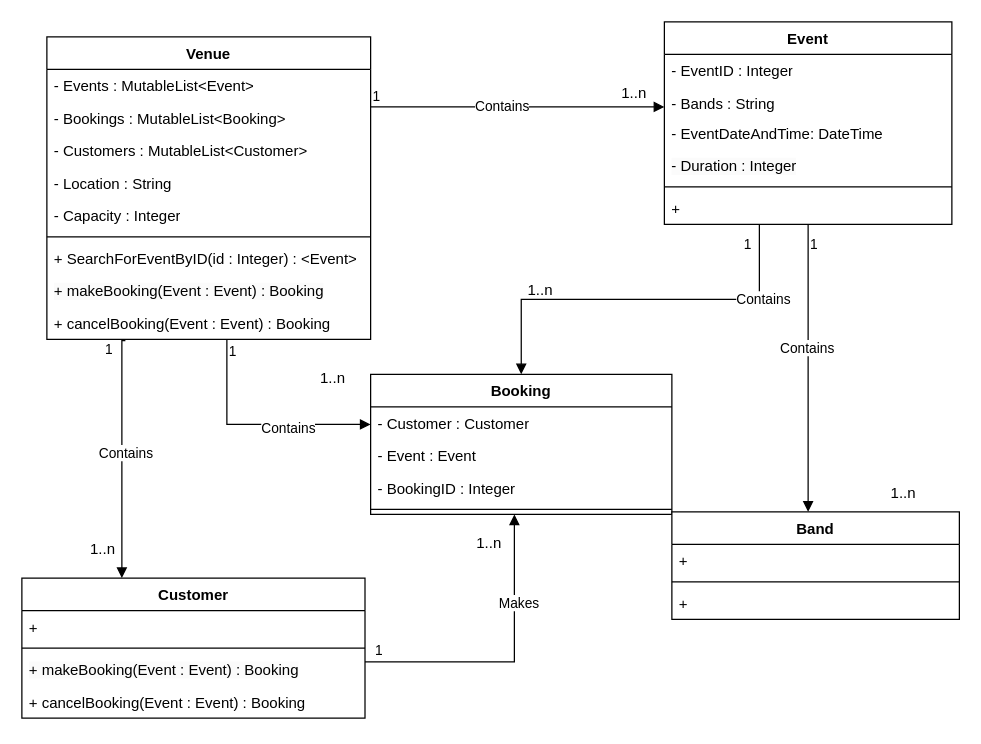
Above: MusicVenueClassDiagram.drawio in olliegroth/Object-Oriented-Design-And-Development (draw.io), before the change. Source tidied: cells renumbered, new cells numbered last; positions are measured from the earlier drawing's top-left corner, leaving out a move shared by most shapes. Both pictures are drawn from the tidied source at 125%, with x=0, y=0 at pixel (21, 21).
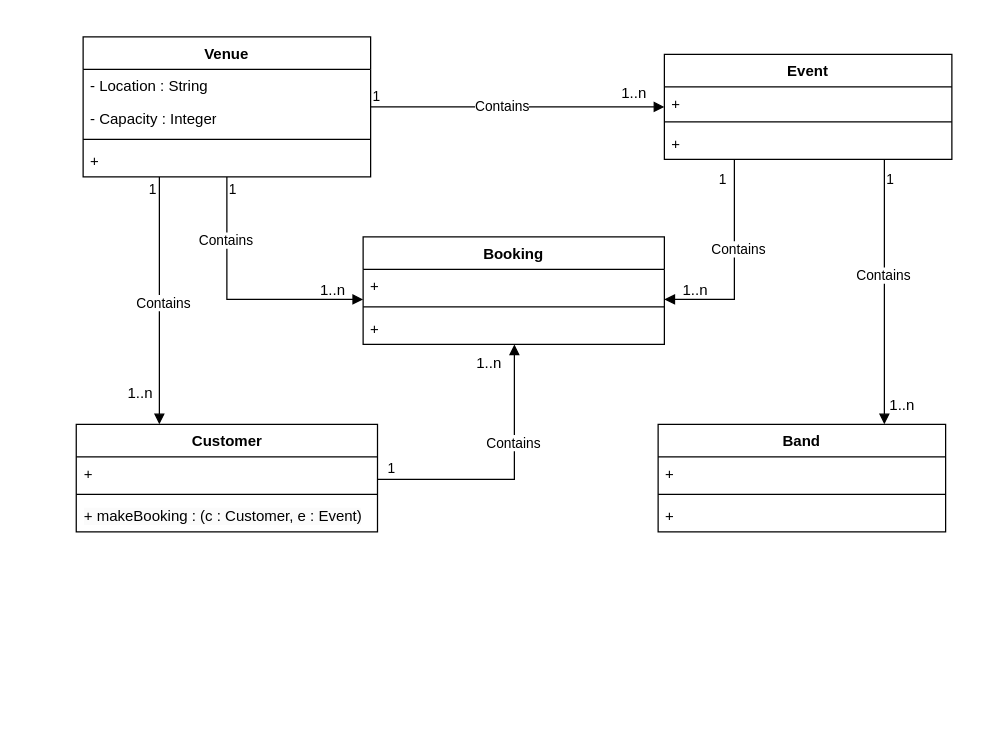
After the change.

Diff of the diagram source:
```diff
@@
     <mxCell id="2" value="Venue" style="swimlane;fontStyle=1;align=center;verticalAlign=top;horizontal=1;startSize=26;whiteSpace=wrap;html=1;" parent="1" vertex="1">
-      <mxGeometry x="20" y="12" width="259" height="242" as="geometry" />
+      <mxGeometry x="49" y="12" width="230" height="112" as="geometry" />
     </mxCell>
-    <mxCell id="3" value="- Events : MutableList&amp;lt;Event&amp;gt;" style="text;strokeColor=none;fillColor=none;align=left;verticalAlign=top;spacingLeft=4;spacingRight=4;overflow=hidden;whiteSpace=wrap;html=1;" parent="2" vertex="1">
-      <mxGeometry y="26" width="259" height="26" as="geometry" />
-    </mxCell>
-    <mxCell id="4" value="- Bookings : MutableList&amp;lt;Booking&amp;gt;" style="text;strokeColor=none;fillColor=none;align=left;verticalAlign=top;spacingLeft=4;spacingRight=4;overflow=hidden;whiteSpace=wrap;html=1;" parent="2" vertex="1">
-      <mxGeometry y="52" width="259" height="26" as="geometry" />
-    </mxCell>
-    <mxCell id="5" value="- Customers : MutableList&amp;lt;Customer&amp;gt;" style="text;strokeColor=none;fillColor=none;align=left;verticalAlign=top;spacingLeft=4;spacingRight=4;overflow=hidden;whiteSpace=wrap;html=1;" parent="2" vertex="1">
-      <mxGeometry y="78" width="259" height="26" as="geometry" />
-    </mxCell>
     <mxCell id="6" value="- Location : String" style="text;strokeColor=none;fillColor=none;align=left;verticalAlign=top;spacingLeft=4;spacingRight=4;overflow=hidden;whiteSpace=wrap;html=1;" parent="2" vertex="1">
-      <mxGeometry y="104" width="259" height="26" as="geometry" />
+      <mxGeometry y="26" width="230" height="26" as="geometry" />
     </mxCell>
     <mxCell id="7" value="- Capacity : Integer" style="text;strokeColor=none;fillColor=none;align=left;verticalAlign=top;spacingLeft=4;spacingRight=4;overflow=hidden;whiteSpace=wrap;html=1;" parent="2" vertex="1">
-      <mxGeometry y="130" width="259" height="26" as="geometry" />
+      <mxGeometry y="52" width="230" height="26" as="geometry" />
     </mxCell>
     <mxCell id="8" style="line;strokeWidth=1;fillColor=none;align=left;verticalAlign=middle;spacingTop=-1;spacingLeft=3;spacingRight=3;labelPosition=right;strokeColor=inherit;" parent="2" vertex="1">
-      <mxGeometry y="156" width="259" height="8" as="geometry" />
+      <mxGeometry y="78" width="230" height="8" as="geometry" />
     </mxCell>
-    <mxCell id="9" value="+ SearchForEventByID(id : Integer) : &amp;lt;Event&amp;gt;" style="text;strokeColor=none;fillColor=none;align=left;verticalAlign=top;spacingLeft=4;spacingRight=4;overflow=hidden;whiteSpace=wrap;html=1;" parent="2" vertex="1">
-      <mxGeometry y="164" width="259" height="26" as="geometry" />
+    <mxCell id="9" value="+" style="text;strokeColor=none;fillColor=none;align=left;verticalAlign=top;spacingLeft=4;spacingRight=4;overflow=hidden;whiteSpace=wrap;html=1;" parent="2" vertex="1">
+      <mxGeometry y="86" width="230" height="26" as="geometry" />
     </mxCell>
-    <mxCell id="10" value="&lt;span style=&quot;color: rgb(0, 0, 0); font-family: Helvetica; font-size: 12px; font-style: normal; font-variant-ligatures: normal; font-variant-caps: normal; font-weight: 400; letter-spacing: normal; orphans: 2; text-align: left; text-indent: 0px; text-transform: none; widows: 2; word-spacing: 0px; -webkit-text-stroke-width: 0px; white-space: normal; background-color: rgb(251, 251, 251); text-decoration-thickness: initial; text-decoration-style: initial; text-decoration-color: initial; display: inline !important; float: none;&quot;&gt;+ makeBooking(Event : Event) : Booking&lt;/span&gt;" style="text;strokeColor=none;fillColor=none;align=left;verticalAlign=top;spacingLeft=4;spacingRight=4;overflow=hidden;whiteSpace=wrap;html=1;" parent="2" vertex="1">
-      <mxGeometry y="190" width="259" height="26" as="geometry" />
-    </mxCell>
-    <mxCell id="11" value="+ cancelBooking(Event : Event) : Booking" style="text;strokeColor=none;fillColor=none;align=left;verticalAlign=top;spacingLeft=4;spacingRight=4;overflow=hidden;whiteSpace=wrap;html=1;" parent="2" vertex="1">
-      <mxGeometry y="216" width="259" height="26" as="geometry" />
-    </mxCell>
     <mxCell id="12" value="Event" style="swimlane;fontStyle=1;align=center;verticalAlign=top;horizontal=1;startSize=26;whiteSpace=wrap;html=1;" parent="1" vertex="1">
-      <mxGeometry x="514" width="230" height="162" as="geometry" />
+      <mxGeometry x="514" y="26" width="230" height="84" as="geometry" />
     </mxCell>
-    <mxCell id="13" value="- EventID : Integer" style="text;strokeColor=none;fillColor=none;align=left;verticalAlign=top;spacingLeft=4;spacingRight=4;overflow=hidden;whiteSpace=wrap;html=1;" parent="12" vertex="1">
-      <mxGeometry y="26" width="230" height="26" as="geometry" />
-    </mxCell>
-    <mxCell id="14" value="- Bands : String" style="text;strokeColor=none;fillColor=none;align=left;verticalAlign=top;spacingLeft=4;spacingRight=4;overflow=hidden;whiteSpace=wrap;html=1;" parent="12" vertex="1">
-      <mxGeometry y="52" width="230" height="24" as="geometry" />
+    <mxCell id="14" value="+" style="text;strokeColor=none;fillColor=none;align=left;verticalAlign=top;spacingLeft=4;spacingRight=4;overflow=hidden;whiteSpace=wrap;html=1;" parent="12" vertex="1">
+      <mxGeometry y="26" width="230" height="24" as="geometry" />
     </mxCell>
-    <mxCell id="15" value="- EventDateAndTime: DateTime" style="text;strokeColor=none;fillColor=none;align=left;verticalAlign=top;spacingLeft=4;spacingRight=4;overflow=hidden;whiteSpace=wrap;html=1;" parent="12" vertex="1">
-      <mxGeometry y="76" width="230" height="26" as="geometry" />
-    </mxCell>
-    <mxCell id="16" value="&lt;span style=&quot;color: rgb(0, 0, 0); font-family: Helvetica; font-size: 12px; font-style: normal; font-variant-ligatures: normal; font-variant-caps: normal; font-weight: 400; letter-spacing: normal; orphans: 2; text-align: left; text-indent: 0px; text-transform: none; widows: 2; word-spacing: 0px; -webkit-text-stroke-width: 0px; white-space: normal; background-color: rgb(251, 251, 251); text-decoration-thickness: initial; text-decoration-style: initial; text-decoration-color: initial; display: inline !important; float: none;&quot;&gt;- Duration : Integer&lt;/span&gt;" style="text;strokeColor=none;fillColor=none;align=left;verticalAlign=top;spacingLeft=4;spacingRight=4;overflow=hidden;whiteSpace=wrap;html=1;" parent="12" vertex="1">
-      <mxGeometry y="102" width="230" height="26" as="geometry" />
-    </mxCell>
     <mxCell id="17" style="line;strokeWidth=1;fillColor=none;align=left;verticalAlign=middle;spacingTop=-1;spacingLeft=3;spacingRight=3;labelPosition=right;strokeColor=inherit;" parent="12" vertex="1">
-      <mxGeometry y="128" width="230" height="8" as="geometry" />
+      <mxGeometry y="50" width="230" height="8" as="geometry" />
     </mxCell>
     <mxCell id="18" value="+" style="text;strokeColor=none;fillColor=none;align=left;verticalAlign=top;spacingLeft=4;spacingRight=4;overflow=hidden;whiteSpace=wrap;html=1;" parent="12" vertex="1">
-      <mxGeometry y="136" width="230" height="26" as="geometry" />
+      <mxGeometry y="58" width="230" height="26" as="geometry" />
     </mxCell>
     <mxCell id="19" value="Customer" style="swimlane;fontStyle=1;align=center;verticalAlign=top;horizontal=1;startSize=26;whiteSpace=wrap;html=1;" parent="1" vertex="1">
-      <mxGeometry y="445" width="274.5" height="112" as="geometry" />
+      <mxGeometry x="43.5" y="322" width="241" height="86" as="geometry" />
     </mxCell>
     <mxCell id="20" value="+" style="text;strokeColor=none;fillColor=none;align=left;verticalAlign=top;spacingLeft=4;spacingRight=4;overflow=hidden;whiteSpace=wrap;html=1;" parent="19" vertex="1">
-      <mxGeometry y="26" width="274.5" height="26" as="geometry" />
+      <mxGeometry y="26" width="241" height="26" as="geometry" />
     </mxCell>
     <mxCell id="21" style="line;strokeWidth=1;fillColor=none;align=left;verticalAlign=middle;spacingTop=-1;spacingLeft=3;spacingRight=3;labelPosition=right;strokeColor=inherit;" parent="19" vertex="1">
-      <mxGeometry y="52" width="274.5" height="8" as="geometry" />
+      <mxGeometry y="52" width="241" height="8" as="geometry" />
     </mxCell>
-    <mxCell id="22" value="&lt;span style=&quot;color: rgb(0, 0, 0); font-family: Helvetica; font-size: 12px; font-style: normal; font-variant-ligatures: normal; font-variant-caps: normal; font-weight: 400; letter-spacing: normal; orphans: 2; text-align: left; text-indent: 0px; text-transform: none; widows: 2; word-spacing: 0px; -webkit-text-stroke-width: 0px; white-space: normal; background-color: rgb(251, 251, 251); text-decoration-thickness: initial; text-decoration-style: initial; text-decoration-color: initial; display: inline !important; float: none;&quot;&gt;+ makeBooking(Event : Event) : Booking&lt;/span&gt;" style="text;strokeColor=none;fillColor=none;align=left;verticalAlign=top;spacingLeft=4;spacingRight=4;overflow=hidden;whiteSpace=wrap;html=1;" parent="19" vertex="1">
-      <mxGeometry y="60" width="274.5" height="26" as="geometry" />
+    <mxCell id="22" value="&lt;span style=&quot;color: rgb(0, 0, 0); font-family: Helvetica; font-size: 12px; font-style: normal; font-variant-ligatures: normal; font-variant-caps: normal; font-weight: 400; letter-spacing: normal; orphans: 2; text-align: left; text-indent: 0px; text-transform: none; widows: 2; word-spacing: 0px; -webkit-text-stroke-width: 0px; white-space: normal; background-color: rgb(251, 251, 251); text-decoration-thickness: initial; text-decoration-style: initial; text-decoration-color: initial; display: inline !important; float: none;&quot;&gt;+ makeBooking : (c : Customer, e : Event)&lt;/span&gt;" style="text;strokeColor=none;fillColor=none;align=left;verticalAlign=top;spacingLeft=4;spacingRight=4;overflow=hidden;whiteSpace=wrap;html=1;" parent="19" vertex="1">
+      <mxGeometry y="60" width="241" height="26" as="geometry" />
     </mxCell>
-    <mxCell id="23" value="+ cancelBooking(Event : Event) : Booking" style="text;strokeColor=none;fillColor=none;align=left;verticalAlign=top;spacingLeft=4;spacingRight=4;overflow=hidden;whiteSpace=wrap;html=1;" parent="19" vertex="1">
-      <mxGeometry y="86" width="274.5" height="26" as="geometry" />
-    </mxCell>
     <mxCell id="24" value="Booking" style="swimlane;fontStyle=1;align=center;verticalAlign=top;horizontal=1;startSize=26;whiteSpace=wrap;html=1;" parent="1" vertex="1">
-      <mxGeometry x="279" y="282" width="241" height="112" as="geometry" />
+      <mxGeometry x="273" y="172" width="241" height="86" as="geometry" />
     </mxCell>
-    <mxCell id="25" value="- Customer : Customer" style="text;strokeColor=none;fillColor=none;align=left;verticalAlign=top;spacingLeft=4;spacingRight=4;overflow=hidden;whiteSpace=wrap;html=1;" parent="24" vertex="1">
-      <mxGeometry y="26" width="241" height="26" as="geometry" />
-    </mxCell>
-    <mxCell id="26" value="- Event : Event" style="text;strokeColor=none;fillColor=none;align=left;verticalAlign=top;spacingLeft=4;spacingRight=4;overflow=hidden;whiteSpace=wrap;html=1;" parent="24" vertex="1">
-      <mxGeometry y="52" width="241" height="26" as="geometry" />
-    </mxCell>
-    <mxCell id="27" value="- BookingID : Integer" style="text;strokeColor=none;fillColor=none;align=left;verticalAlign=top;spacingLeft=4;spacingRight=4;overflow=hidden;whiteSpace=wrap;html=1;" parent="24" vertex="1">
-      <mxGeometry y="78" width="241" height="26" as="geometry" />
+    <mxCell id="27" value="+" style="text;strokeColor=none;fillColor=none;align=left;verticalAlign=top;spacingLeft=4;spacingRight=4;overflow=hidden;whiteSpace=wrap;html=1;" parent="24" vertex="1">
+      <mxGeometry y="26" width="241" height="26" as="geometry" />
     </mxCell>
     <mxCell id="28" style="line;strokeWidth=1;fillColor=none;align=left;verticalAlign=middle;spacingTop=-1;spacingLeft=3;spacingRight=3;labelPosition=right;strokeColor=inherit;" parent="24" vertex="1">
-      <mxGeometry y="104" width="241" height="8" as="geometry" />
+      <mxGeometry y="52" width="241" height="8" as="geometry" />
     </mxCell>
+    <mxCell id="51" value="+" style="text;strokeColor=none;fillColor=none;align=left;verticalAlign=top;spacingLeft=4;spacingRight=4;overflow=hidden;whiteSpace=wrap;html=1;" parent="24" vertex="1">
+      <mxGeometry y="60" width="241" height="26" as="geometry" />
+    </mxCell>
     <mxCell id="29" value="Band" style="swimlane;fontStyle=1;align=center;verticalAlign=top;horizontal=1;startSize=26;whiteSpace=wrap;html=1;" parent="1" vertex="1">
-      <mxGeometry x="520" y="392" width="230" height="86" as="geometry" />
+      <mxGeometry x="509" y="322" width="230" height="86" as="geometry" />
     </mxCell>
@@
     <mxCell id="33" value="Contains" style="endArrow=block;endFill=1;html=1;edgeStyle=orthogonalEdgeStyle;align=left;verticalAlign=top;rounded=0;" parent="1" edge="1" source="2" target="12">
-      <mxGeometry x="-0.3" y="13" relative="1" as="geometry">
-        <Array as="points">
-          <mxPoint x="310" y="68" />
-          <mxPoint x="310" y="68" />
-        </Array>
-      </mxGeometry>
+      <mxGeometry x="-0.3" y="13" relative="1" as="geometry" />
     </mxCell>
@@
     <mxCell id="38" value="1..n" style="text;strokeColor=none;align=center;fillColor=none;html=1;verticalAlign=middle;whiteSpace=wrap;rounded=0;" parent="1" vertex="1">
-      <mxGeometry x="680" y="362" width="51" height="30" as="geometry" />
+      <mxGeometry x="679" y="292" width="51" height="30" as="geometry" />
     </mxCell>
     <mxCell id="39" value="Contains" style="endArrow=block;endFill=1;html=1;edgeStyle=orthogonalEdgeStyle;align=left;verticalAlign=top;rounded=0;" parent="1" edge="1" source="12" target="24">
-      <mxGeometry x="-0.7" y="-20" relative="1" as="geometry">
+      <mxGeometry x="-0.3" y="-20" relative="1" as="geometry">
         <Array as="points">
-          <mxPoint x="590" y="222" />
+          <mxPoint x="570" y="222" />
         </Array>
       </mxGeometry>
     </mxCell>
@@
     <mxCell id="41" value="1..n" style="text;strokeColor=none;align=center;fillColor=none;html=1;verticalAlign=middle;whiteSpace=wrap;rounded=0;" parent="1" vertex="1">
-      <mxGeometry x="390" y="200" width="50" height="30" as="geometry" />
+      <mxGeometry x="514" y="200" width="50" height="30" as="geometry" />
     </mxCell>
-    <mxCell id="42" value="Makes" style="endArrow=block;endFill=1;html=1;edgeStyle=orthogonalEdgeStyle;align=left;verticalAlign=top;rounded=0;" parent="1" edge="1" source="19" target="24">
-      <mxGeometry x="0.52" y="14" relative="1" as="geometry">
+    <mxCell id="42" value="Contains" style="endArrow=block;endFill=1;html=1;edgeStyle=orthogonalEdgeStyle;align=left;verticalAlign=top;rounded=0;" parent="1" edge="1" source="19" target="24">
+      <mxGeometry x="0.41" y="24" relative="1" as="geometry">
         <Array as="points">
-          <mxPoint x="394" y="512" />
+          <mxPoint x="394" y="366" />
         </Array>
         <mxPoint y="1" as="offset" />
       </mxGeometry>
     </mxCell>
@@
     <mxCell id="44" value="1..n" style="text;strokeColor=none;align=center;fillColor=none;html=1;verticalAlign=middle;whiteSpace=wrap;rounded=0;" parent="1" vertex="1">
-      <mxGeometry x="354" y="402" width="40" height="30" as="geometry" />
+      <mxGeometry x="354" y="258" width="40" height="30" as="geometry" />
     </mxCell>
     <mxCell id="45" value="Contains" style="endArrow=block;endFill=1;html=1;edgeStyle=orthogonalEdgeStyle;align=left;verticalAlign=top;rounded=0;" parent="1" edge="1" source="2" target="24">
-      <mxGeometry x="0.03" y="10" relative="1" as="geometry">
+      <mxGeometry x="-0.63" y="-24" relative="1" as="geometry">
         <Array as="points">
-          <mxPoint x="164" y="322" />
+          <mxPoint x="164" y="222" />
         </Array>
       </mxGeometry>
     </mxCell>
@@
     <mxCell id="47" value="1..n" style="text;strokeColor=none;align=center;fillColor=none;html=1;verticalAlign=middle;whiteSpace=wrap;rounded=0;" parent="1" vertex="1">
-      <mxGeometry x="219" y="270" width="60" height="30" as="geometry" />
+      <mxGeometry x="219" y="200" width="60" height="30" as="geometry" />
     </mxCell>
-    <mxCell id="48" value="Contains" style="endArrow=block;endFill=1;html=1;edgeStyle=orthogonalEdgeStyle;align=left;verticalAlign=top;rounded=0;" parent="1" edge="1">
-      <mxGeometry x="-0.17" y="-20" relative="1" as="geometry">
-        <mxPoint x="82.3" y="254" as="sourcePoint" />
-        <mxPoint x="80" y="445" as="targetPoint" />
+    <mxCell id="48" value="Contains" style="endArrow=block;endFill=1;html=1;edgeStyle=orthogonalEdgeStyle;align=left;verticalAlign=top;rounded=0;" parent="1" edge="1" source="2" target="19">
+      <mxGeometry x="-0.11" y="-20" relative="1" as="geometry">
         <Array as="points">
-          <mxPoint x="82" y="255" />
-          <mxPoint x="80" y="255" />
+          <mxPoint x="110" y="222" />
+          <mxPoint x="110" y="222" />
         </Array>
       </mxGeometry>
     </mxCell>
     <mxCell id="49" value="1" style="edgeLabel;html=1;align=left;verticalAlign=bottom;" parent="48" vertex="1">
       <mxGeometry x="-1" relative="1" as="geometry">
-        <mxPoint x="-17" y="16" as="offset" />
+        <mxPoint x="-10" y="18" as="offset" />
       </mxGeometry>
     </mxCell>
     <mxCell id="50" value="1..n" style="text;strokeColor=none;align=center;fillColor=none;html=1;verticalAlign=middle;whiteSpace=wrap;rounded=0;" parent="1" vertex="1">
-      <mxGeometry x="50" y="412" width="30" height="20" as="geometry" />
+      <mxGeometry x="80" y="282" width="30" height="30" as="geometry" />
     </mxCell>
```
